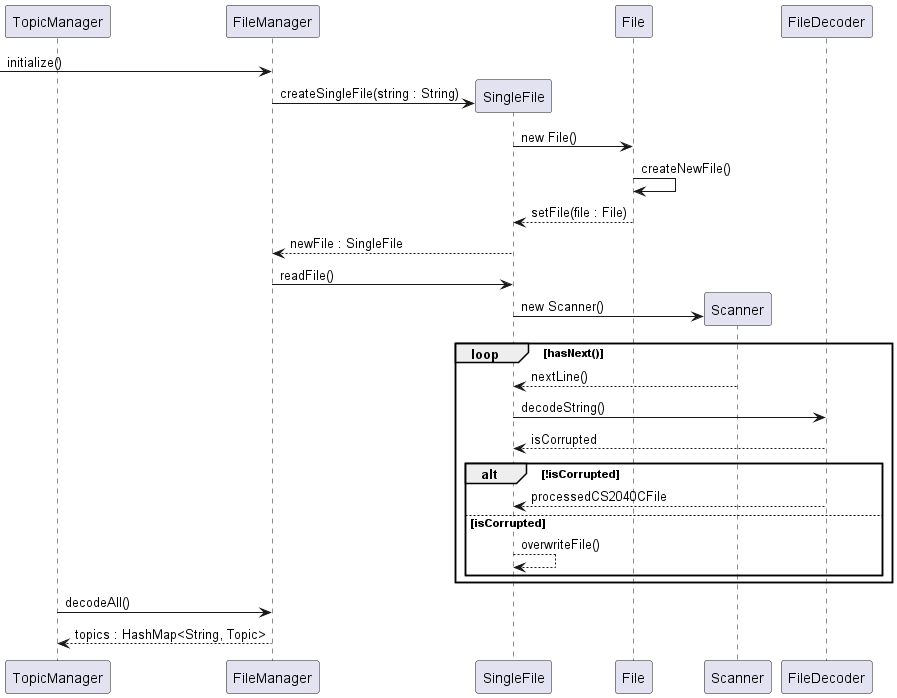
This is docs/sequence/diagrams/InitializationFileManager.png from ong-ck/tp, a PlantUML export, as it was before one commit.
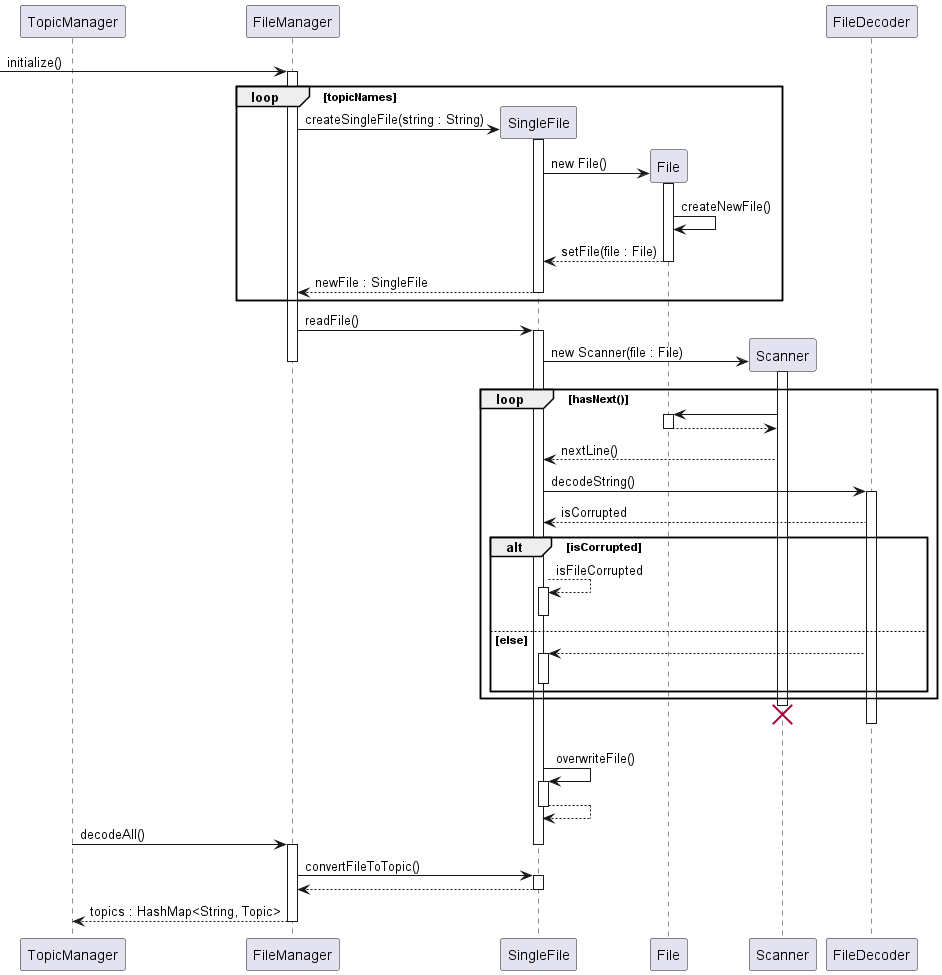
The same diagram one commit later.

Commit message:
Add: sequence diagram for export

What changed in the source:
```diff
@@ -8,23 +8,55 @@
 participant FileDecoder as fd
 
 -> fm : initialize()
-fm -> sf ** : createSingleFile(string : String)
-sf -> f : new File()
-f -> f : createNewFile()
-f --> sf : setFile(file : File)
-sf --> fm : newFile : SingleFile
+activate fm
+loop topicNames
+    fm -> sf ** : createSingleFile(string : String)
+    activate sf
+    sf -> f ** : new File()
+    activate f
+    f -> f : createNewFile()
+    f --> sf : setFile(file : File)
+    deactivate f
+    sf --> fm : newFile : SingleFile
+    deactivate sf
+end
 fm -> sf : readFile()
-sf -> s ** : new Scanner()
+activate sf
+sf -> s ** : new Scanner(file : File)
+activate s
+deactivate fm
     loop hasNext()
+    s -> f
+    activate f
+    f --> s
+    deactivate f
     s --> sf : nextLine()
     sf -> fd : decodeString()
-    return isCorrupted
-        alt !isCorrupted
-        fd --> sf : processedCS2040CFile
-        else isCorrupted
-        sf --> sf : overwriteFile()
+    activate fd
+    fd --> sf : isCorrupted
+        alt isCorrupted
+        sf --> sf : isFileCorrupted
+        activate sf
+        deactivate sf
+        else else
+        fd --> sf
+        activate sf
+        deactivate sf
         end
     end
+    destroy s
+    deactivate fd
+    alt isFileCorrupted
+    sf -> sf : overwriteFile()
+    activate sf
+    sf --> sf
+    deactivate sf
 tm -> fm : decodeAll()
+deactivate sf
+activate fm
+fm -> sf : convertFileToTopic()
+activate sf
+return
 return topics : HashMap<String, Topic>
+
 @enduml
```
